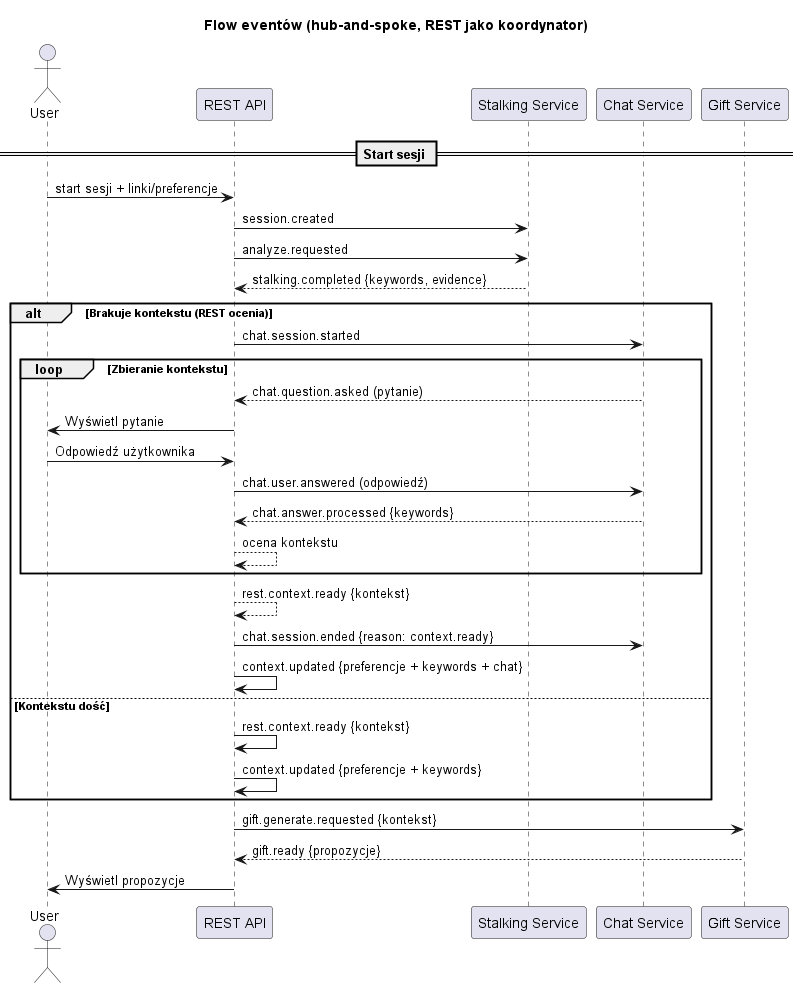
Before: sequence_diagram/sequence_diagram.png, a diagram exported from PlantUML (Generacja-Cuzi/ai-present-finder).
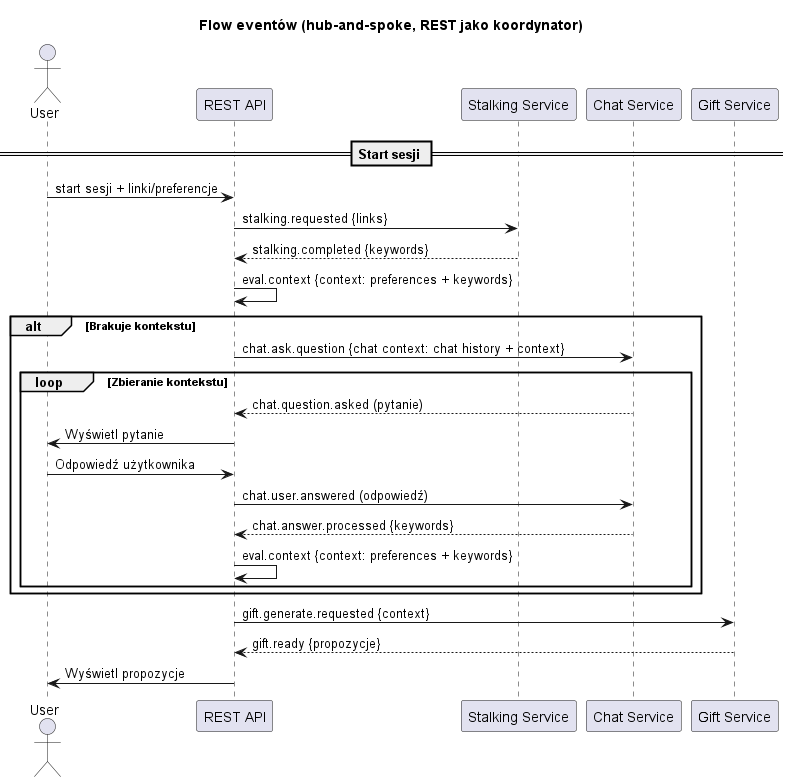
After the change.

Commit message:
feat: simplification of restapi and chat flow

What changed in the source:
```diff
@@ -9,30 +9,25 @@
 
 == Start sesji ==
 U -> REST: start sesji + linki/preferencje
-REST -> STALK: session.created
-REST -> STALK: analyze.requested
+REST -> STALK: stalking.requested {links}
 
-STALK --> REST: stalking.completed {keywords, evidence}
+STALK --> REST: stalking.completed {keywords}
 
-alt Brakuje kontekstu (REST ocenia)
-  REST -> CHAT: chat.session.started
+REST -> REST: eval.context {context: preferences + keywords}
+
+alt Brakuje kontekstu
+  REST -> CHAT: chat.ask.question {chat context: chat history + context}
   loop Zbieranie kontekstu
     CHAT --> REST: chat.question.asked (pytanie)
     REST -> U: Wyświetl pytanie
     U -> REST: Odpowiedź użytkownika
     REST -> CHAT: chat.user.answered (odpowiedź)
     CHAT --> REST: chat.answer.processed {keywords}
-    REST --> REST: ocena kontekstu
+    REST -> REST: eval.context {context: preferences + keywords}
   end
-  REST --> REST: rest.context.ready {kontekst}
-  REST -> CHAT: chat.session.ended {reason: context.ready}
-  REST -> REST: context.updated {preferencje + keywords + chat}
-else Kontekstu dość
-  REST -> REST: rest.context.ready {kontekst}
-  REST -> REST: context.updated {preferencje + keywords}
 end
 
-REST -> GIFT: gift.generate.requested {kontekst}
+REST -> GIFT: gift.generate.requested {context}
 GIFT --> REST: gift.ready {propozycje}
 REST -> U: Wyświetl propozycje
 
```
